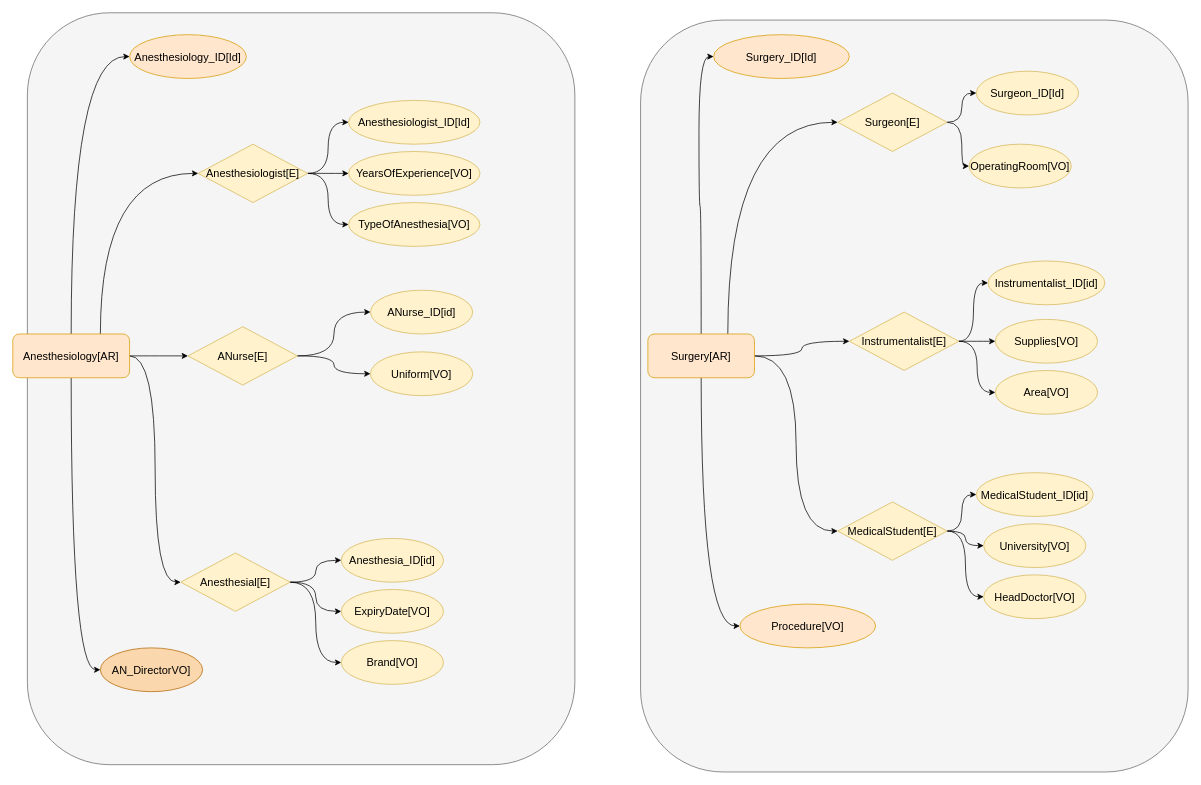
Above: page "Sub-Domain" (2 of 4) of model.drawio in shermaes/hospital-ddd (draw.io), before the change. Source tidied: cells renumbered, new cells numbered last; positions are measured from the earlier drawing's top-left corner, leaving out a move shared by most shapes. Both pictures are drawn from the tidied source at 73%, with x=0, y=0 at pixel (12, 12).
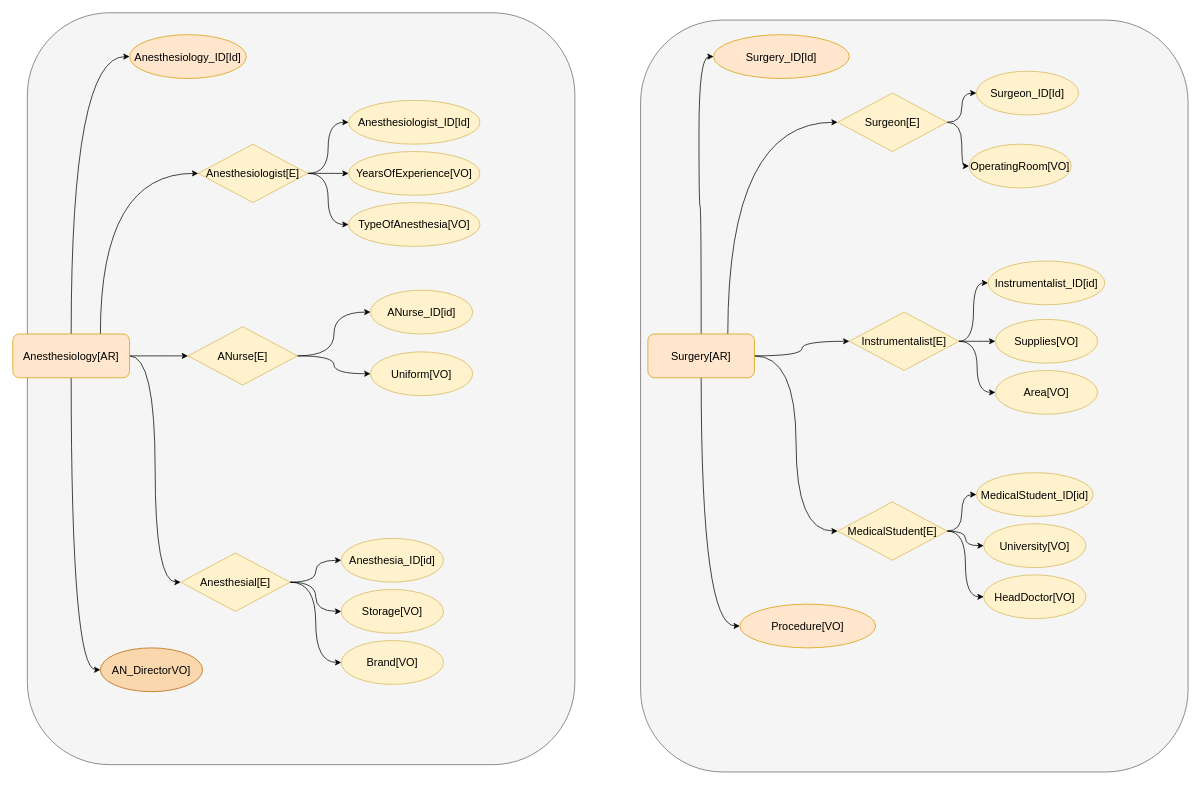
Above is the later version.

Commit message (it also covers changes not shown here):
added the command to update the storage

Diff of the diagram source:
```diff
@@
-    <mxCell id="45" value="ExpiryDate[VO]" style="ellipse;whiteSpace=wrap;html=1;fontSize=15;fillColor=#fff2cc;strokeColor=#d6b656;" parent="1" vertex="1">
+    <mxCell id="45" value="Storage[VO]" style="ellipse;whiteSpace=wrap;html=1;fontSize=15;fillColor=#fff2cc;strokeColor=#d6b656;" parent="1" vertex="1">
       <mxGeometry x="450" y="790" width="140" height="60" as="geometry" />
     </mxCell>
```
